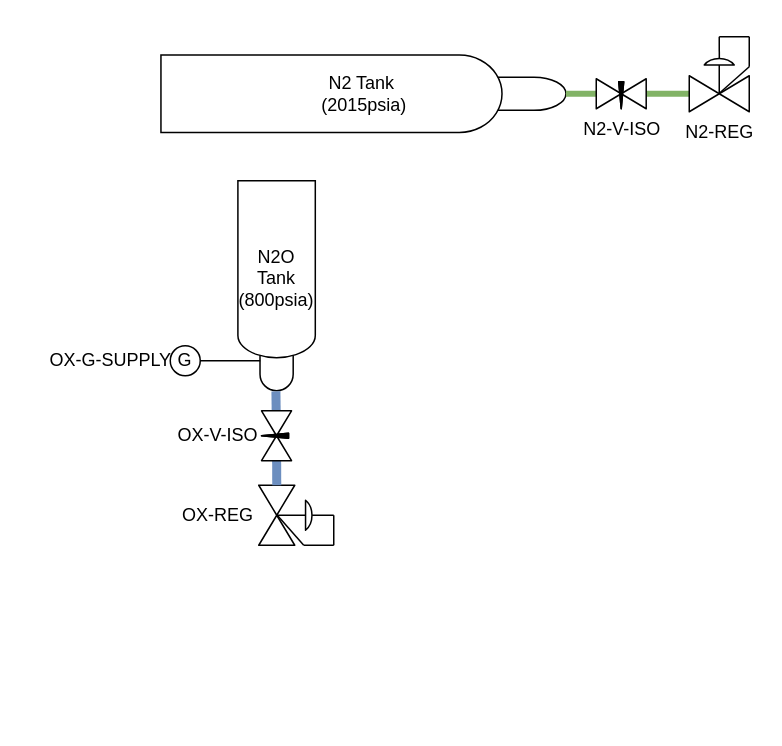
Above: projects/liquid/diagrams/GasThrusterP&ID.drawio in ControlSoup/Thrusty (draw.io), before the change. Source tidied: cells renumbered, new cells numbered last; positions are measured from the earlier drawing's top-left corner, leaving out a move shared by most shapes. Both pictures are drawn from the tidied source at 150%, with x=0, y=0 at pixel (40, -110).
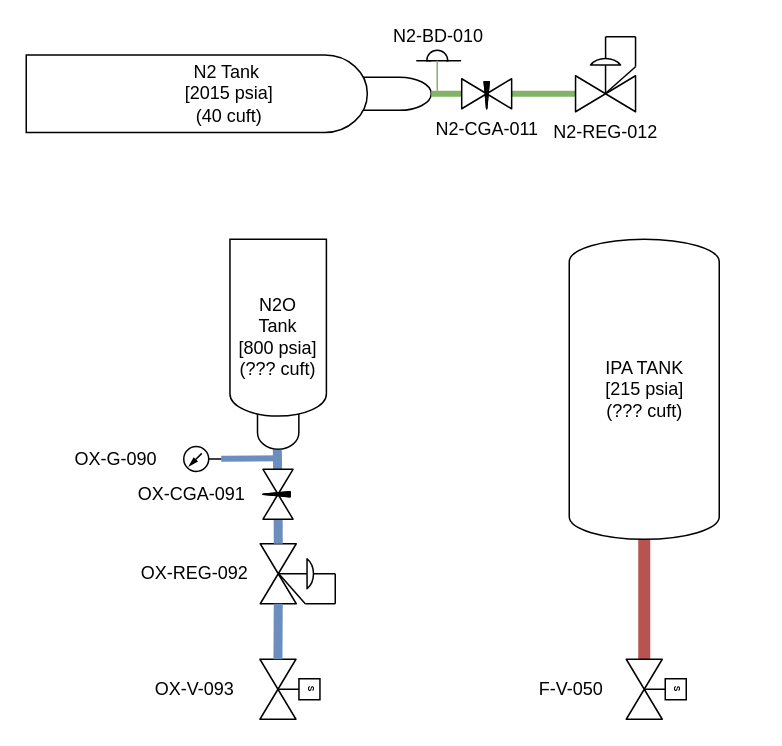
Above is the later version.

Commit message:
updated purge and feedlline circuits

Unchanged cells that the change refers to:
```xml
<mxCell id="13" style="verticalLabelPosition=bottom;align=center;html=1;verticalAlign=top;dashed=0;shape=mxgraph.pid2valves.valve;valveType=gate;actuator=diaph;rotation=-270;points=[[0,0.7,0,0,0],[1,0.7,0,0,0]];" parent="12" vertex="1">
  <mxGeometry x="-5" y="5" width="40" height="40" as="geometry" />
</mxCell>
```

What changed in the source:
```diff
@@
-    <mxCell id="2" value="N2 Tank&amp;nbsp;&lt;br&gt;(2015psia)" style="shape=mxgraph.pid.vessels.gas_bottle;html=1;align=center;verticalLabelPosition=middle;verticalAlign=middle;dashed=0;rotation=90;horizontal=0;labelPosition=center;" parent="1" vertex="1">
-      <mxGeometry x="189" width="51.6" height="270" as="geometry" />
+    <mxCell id="2" value="N2 Tank&amp;nbsp;&lt;br&gt;[2015 psia]&lt;br&gt;(40 cuft)" style="shape=mxgraph.pid.vessels.gas_bottle;html=1;align=center;verticalLabelPosition=middle;verticalAlign=middle;dashed=0;rotation=90;horizontal=0;labelPosition=center;" parent="1" vertex="1">
+      <mxGeometry x="99.2" width="51.6" height="270" as="geometry" />
     </mxCell>
     <mxCell id="3" style="group;" parent="1" vertex="1">
-      <mxGeometry x="124.8" y="193" width="64.2" height="140" as="geometry" />
+      <mxGeometry x="117.9" y="232" width="80" height="140" as="geometry" />
     </mxCell>
     <mxCell id="4" style="shape=mxgraph.pid.vessels.gas_bottle;html=1;align=center;verticalLabelPosition=middle;verticalAlign=middle;dashed=0;rotation=-180;horizontal=0;labelPosition=center;textDirection=ltr;" parent="3" vertex="1">
-      <mxGeometry x="6.3" width="51.6" height="140" as="geometry" />
+      <mxGeometry x="7.9" width="64.3" height="140" as="geometry" />
     </mxCell>
-    <mxCell id="5" value="N2O &lt;br&gt;Tank&lt;br&gt;(800psia)" style="text;strokeColor=none;align=center;fillColor=none;html=1;verticalAlign=middle;whiteSpace=wrap;rounded=0;" parent="3" vertex="1">
-      <mxGeometry y="50" width="64.2" height="30" as="geometry" />
+    <mxCell id="5" value="N2O &lt;br&gt;Tank&lt;br&gt;[800 psia]&lt;br&gt;(??? cuft)" style="text;strokeColor=none;align=center;fillColor=none;html=1;verticalAlign=middle;whiteSpace=wrap;rounded=0;" parent="3" vertex="1">
+      <mxGeometry y="50" width="80" height="30" as="geometry" />
     </mxCell>
@@
-    <mxCell id="7" style="group;rotation=-90;" parent="1" vertex="1">
-      <mxGeometry x="106" y="283" width="20" height="60" as="geometry" />
-    </mxCell>
-    <mxCell id="8" style="verticalLabelPosition=bottom;align=center;dashed=0;html=1;verticalAlign=top;shape=mxgraph.pid.piping.spacer;rotation=-90;" parent="7" vertex="1">
-      <mxGeometry width="20" height="60" as="geometry" />
-    </mxCell>
-    <mxCell id="9" value="G" style="text;strokeColor=none;align=center;fillColor=none;html=1;verticalAlign=middle;whiteSpace=wrap;rounded=0;rotation=0;" parent="7" vertex="1">
-      <mxGeometry x="-15" y="25" width="10" height="10" as="geometry" />
-    </mxCell>
-    <mxCell id="10" value="OX-G-SUPPLY" style="text;strokeColor=none;align=center;fillColor=none;html=1;verticalAlign=middle;whiteSpace=wrap;rounded=0;" parent="1" vertex="1">
-      <mxGeometry y="298" width="92.8" height="30" as="geometry" />
-    </mxCell>
     <mxCell id="11" style="group;" parent="1" vertex="1">
-      <mxGeometry x="92.8" y="391" width="97.2" height="50" as="geometry" />
+      <mxGeometry x="93.8" y="430" width="97.2" height="50" as="geometry" />
     </mxCell>
@@
-    <mxCell id="19" value="OX-REG" style="text;strokeColor=none;align=center;fillColor=none;html=1;verticalAlign=middle;whiteSpace=wrap;rounded=0;" parent="11" vertex="1">
-      <mxGeometry x="-7" y="10" width="64.2" height="30" as="geometry" />
+    <mxCell id="19" value="OX-REG-092" style="text;strokeColor=none;align=center;fillColor=none;html=1;verticalAlign=middle;whiteSpace=wrap;rounded=0;" parent="11" vertex="1">
+      <mxGeometry x="-40" y="10" width="97.2" height="30" as="geometry" />
     </mxCell>
@@
     <mxCell id="22" style="verticalLabelPosition=bottom;align=center;html=1;verticalAlign=top;dashed=0;shape=mxgraph.pid2valves.valve;valveType=needle;rotation=90;" parent="1" vertex="1">
-      <mxGeometry x="140.2" y="353" width="33.3" height="20" as="geometry" />
+      <mxGeometry x="141.2" y="392" width="33.3" height="20" as="geometry" />
     </mxCell>
-    <mxCell id="23" value="OX-V-ISO" style="text;strokeColor=none;align=center;fillColor=none;html=1;verticalAlign=middle;whiteSpace=wrap;rounded=0;" parent="1" vertex="1">
-      <mxGeometry x="85.8" y="348" width="64.2" height="30" as="geometry" />
+    <mxCell id="23" value="OX-CGA-091" style="text;strokeColor=none;align=center;fillColor=none;html=1;verticalAlign=middle;whiteSpace=wrap;rounded=0;" parent="1" vertex="1">
+      <mxGeometry x="50" y="387" width="101" height="30" as="geometry" />
     </mxCell>
@@
     <mxCell id="26" style="group;rotation=90;" parent="1" vertex="1">
-      <mxGeometry x="432" y="97" width="40" height="50" as="geometry" />
+      <mxGeometry x="356.2" y="97" width="40" height="50" as="geometry" />
     </mxCell>
-    <mxCell id="27" value="N2-REG" style="verticalLabelPosition=bottom;align=center;html=1;verticalAlign=top;dashed=0;shape=mxgraph.pid2valves.valve;valveType=gate;actuator=diaph;points=[[0,0.7,0,0,0],[1,0.7,0,0,0]];" parent="26" vertex="1">
+    <mxCell id="27" value="N2-REG-012" style="verticalLabelPosition=bottom;align=center;html=1;verticalAlign=top;dashed=0;shape=mxgraph.pid2valves.valve;valveType=gate;actuator=diaph;points=[[0,0.7,0,0,0],[1,0.7,0,0,0]];" parent="26" vertex="1">
       <mxGeometry y="10" width="40" height="40" as="geometry" />
     </mxCell>
@@
-    <mxCell id="33" value="N2-V-ISO" style="verticalLabelPosition=bottom;align=center;html=1;verticalAlign=top;dashed=0;shape=mxgraph.pid2valves.valve;valveType=needle;rotation=0;" parent="1" vertex="1">
-      <mxGeometry x="370" y="125" width="33.3" height="20" as="geometry" />
+    <mxCell id="33" value="N2-CGA-011" style="verticalLabelPosition=bottom;align=center;html=1;verticalAlign=top;dashed=0;shape=mxgraph.pid2valves.valve;valveType=needle;rotation=0;" parent="1" vertex="1">
+      <mxGeometry x="280.3" y="125" width="33.3" height="20" as="geometry" />
     </mxCell>
+    <mxCell id="34" style="edgeStyle=none;html=1;strokeWidth=4;fillColor=#dae8fc;strokeColor=#6c8ebf;endArrow=none;endFill=0;" parent="1" edge="1" source="35">
+      <mxGeometry relative="1" as="geometry">
+        <mxPoint x="160" y="378" as="targetPoint" />
+      </mxGeometry>
+    </mxCell>
+    <mxCell id="35" style="verticalLabelPosition=bottom;html=1;verticalAlign=top;fillColor=strokeColor;align=center;outlineConnect=0;shape=mxgraph.fluid_power.x11820;points=[[0.5,1,0]];rotation=-90;" parent="1" vertex="1">
+      <mxGeometry x="99.2" y="366" width="16.6" height="25" as="geometry" />
+    </mxCell>
+    <mxCell id="36" value="OX-G-090" style="text;strokeColor=none;align=center;fillColor=none;html=1;verticalAlign=middle;whiteSpace=wrap;rounded=0;" parent="1" vertex="1">
+      <mxGeometry x="8" y="363.5" width="83.8" height="30" as="geometry" />
+    </mxCell>
+    <mxCell id="37" style="edgeStyle=none;rounded=1;html=1;strokeWidth=8;fontSize=2;endArrow=none;endFill=0;entryX=0;entryY=0.7;entryDx=0;entryDy=0;entryPerimeter=0;fillColor=#f8cecc;strokeColor=#b85450;" parent="1" edge="1" source="38" target="44">
+      <mxGeometry relative="1" as="geometry" />
+    </mxCell>
+    <mxCell id="38" value="IPA TANK&lt;br&gt;[215 psia]&lt;br&gt;(??? cuft)" style="shape=mxgraph.pid.vessels.pressurized_vessel;html=1;align=center;verticalLabelPosition=middle;verticalAlign=middle;dashed=0;horizontal=1;labelPosition=center;" parent="1" vertex="1">
+      <mxGeometry x="352" y="232" width="100" height="200" as="geometry" />
+    </mxCell>
+    <mxCell id="39" value="N2-BD-010" style="group;verticalAlign=bottom;horizontal=1;labelPosition=center;verticalLabelPosition=top;align=center;" parent="1" vertex="1">
+      <mxGeometry x="250" y="106" width="29.9" height="7" as="geometry" />
+    </mxCell>
+    <mxCell id="40" style="endArrow=none;html=1;strokeWidth=1;rounded=1;" parent="39" edge="1">
+      <mxGeometry relative="1" as="geometry">
+        <mxPoint y="7" as="sourcePoint" />
+        <mxPoint x="10" y="7" as="targetPoint" />
+      </mxGeometry>
+    </mxCell>
+    <mxCell id="41" style="endArrow=none;html=1;strokeWidth=1;fontSize=2;" parent="39" edge="1">
+      <mxGeometry relative="1" as="geometry">
+        <mxPoint x="19.9" y="7" as="sourcePoint" />
+        <mxPoint x="29.9" y="7" as="targetPoint" />
+      </mxGeometry>
+    </mxCell>
+    <mxCell id="42" style="verticalLabelPosition=bottom;verticalAlign=top;html=1;shape=mxgraph.basic.half_circle;rotation=-180;" parent="39" vertex="1">
+      <mxGeometry x="7" width="14" height="7" as="geometry" />
+    </mxCell>
+    <mxCell id="43" style="edgeStyle=none;rounded=0;jettySize=auto;html=1;endArrow=none;endFill=0;fillColor=#d5e8d4;strokeColor=#82b366;strokeWidth=1;entryX=0.5;entryY=0;entryDx=0;entryDy=0;entryPerimeter=0;" parent="1" edge="1" target="42">
+      <mxGeometry relative="1" as="geometry">
+        <mxPoint x="264" y="133" as="sourcePoint" />
+      </mxGeometry>
+    </mxCell>
+    <mxCell id="44" style="verticalLabelPosition=bottom;align=center;html=1;verticalAlign=top;dashed=0;shape=mxgraph.pid2valves.valve;valveType=gate;actuator=solenoid;fontSize=2;rotation=90;points=[[0,0.7,0,0,0],[1,0.7,0,60,0]];" parent="1" vertex="1">
+      <mxGeometry x="390" y="512" width="40" height="40" as="geometry" />
+    </mxCell>
+    <mxCell id="45" style="verticalLabelPosition=bottom;align=center;html=1;verticalAlign=top;dashed=0;shape=mxgraph.pid2valves.valve;valveType=gate;actuator=solenoid;fontSize=2;rotation=90;points=[[0,0.7,0,0,0],[1,0.7,0,60,0]];" parent="1" vertex="1">
+      <mxGeometry x="145.8" y="512" width="40" height="40" as="geometry" />
+    </mxCell>
+    <mxCell id="46" style="edgeStyle=none;rounded=0;jettySize=auto;html=1;entryX=0;entryY=0.7;entryDx=0;entryDy=0;entryPerimeter=0;fillColor=#dae8fc;strokeColor=#6c8ebf;endArrow=none;endFill=0;strokeWidth=6;exitX=1;exitY=0.7;exitDx=0;exitDy=0;exitPerimeter=0;" parent="1" edge="1" source="13" target="45">
+      <mxGeometry relative="1" as="geometry" />
+    </mxCell>
+    <mxCell id="47" value="OX-V-093" style="text;strokeColor=none;align=center;fillColor=none;html=1;verticalAlign=middle;whiteSpace=wrap;rounded=0;" parent="1" vertex="1">
+      <mxGeometry x="53.8" y="517" width="97.2" height="30" as="geometry" />
+    </mxCell>
+    <mxCell id="48" value="F-V-050" style="text;strokeColor=none;align=center;fillColor=none;html=1;verticalAlign=middle;whiteSpace=wrap;rounded=0;" parent="1" vertex="1">
+      <mxGeometry x="305" y="517" width="97.2" height="30" as="geometry" />
+    </mxCell>
```
